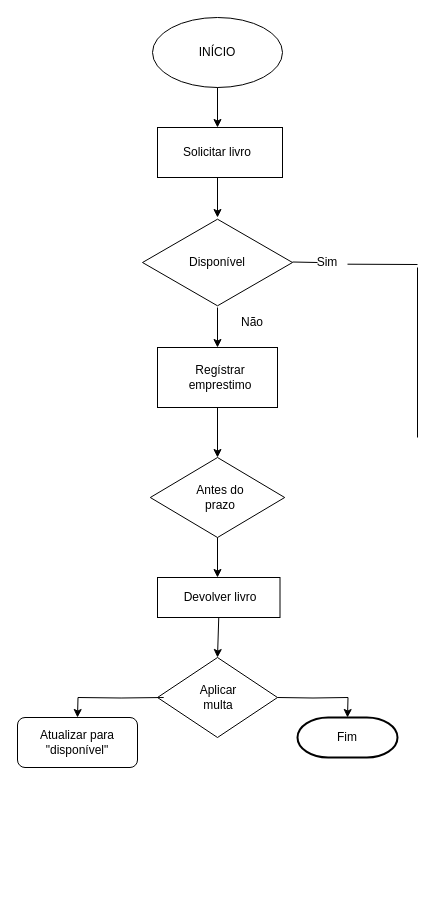
Earlier version of the draw.io diagram page "Página-21" (21 of 21) of Diagrama sem nome.drawio (Jenny4233/diagramaderequisito). Source tidied: cells renumbered, new cells numbered last; positions are measured from the earlier drawing's top-left corner, leaving out a move shared by most shapes. Both pictures are drawn from the tidied source at 100%, with x=0, y=0 at pixel (17, 17).
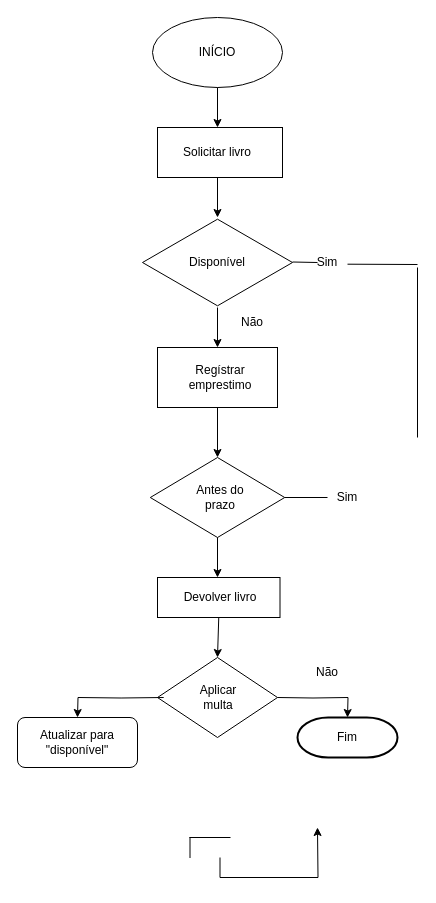
After the change.

What changed in the source:
```diff
@@
+    <mxCell id="33" value="Não" style="text;html=1;align=center;verticalAlign=middle;whiteSpace=wrap;rounded=0;" parent="1" vertex="1">
+      <mxGeometry x="280" y="640" width="60" height="30" as="geometry" />
+    </mxCell>
+    <mxCell id="34" style="endArrow=none;html=1;rounded=0;" parent="1" edge="1">
+      <mxGeometry relative="1" as="geometry">
+        <mxPoint x="267.2" y="480" as="sourcePoint" />
+        <mxPoint x="310" y="480" as="targetPoint" />
+      </mxGeometry>
+    </mxCell>
+    <mxCell id="35" value="Sim" style="text;html=1;align=center;verticalAlign=middle;whiteSpace=wrap;rounded=0;" parent="1" vertex="1">
+      <mxGeometry x="300" y="465" width="60" height="30" as="geometry" />
+    </mxCell>
+    <mxCell id="36" style="edgeStyle=orthogonalEdgeStyle;rounded=0;jettySize=auto;html=1;exitX=0.75;exitY=1;exitDx=0;exitDy=0;" parent="1" edge="1" source="37">
+      <mxGeometry relative="1" as="geometry">
+        <mxPoint x="300" y="810" as="targetPoint" />
+      </mxGeometry>
+    </mxCell>
+    <mxCell id="37" style="shape=partialRectangle;whiteSpace=wrap;html=1;bottom=0;right=0;fillColor=none;" parent="1" vertex="1">
+      <mxGeometry x="172.5" y="820" width="40" height="20" as="geometry" />
+    </mxCell>
```
